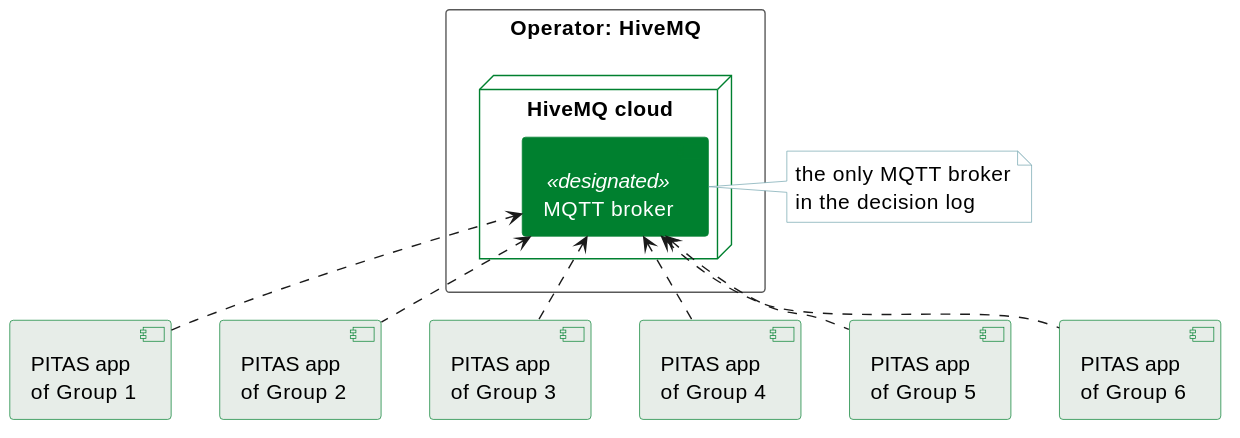
The PlantUML diagram asse/e08-event-based-interaction/img/rules-designated.svg in GiugAles/hyperdecks.github.io, before a commit. The source it was exported from:
```plantuml
@startuml
!include hsg.iuml
show <<designated>> stereotype
component "PITAS app\nof Group 1" as a1
component "PITAS app\nof Group 2" as a2
component "PITAS app\nof Group 3" as a3
component "PITAS app\nof Group 4" as a4
component "PITAS app\nof Group 5" as a5
component "PITAS app\nof Group 6" as a6
rectangle "Operator: HiveMQ" {
  node "HiveMQ cloud" {
    component "MQTT broker" as b <<designated>>
  }
}
a1 .up.> b
a2 .up.> b
a3 .up.> b
a4 .up.> b
a5 .up.> b
a6 .up.> b
note right of b
  the only MQTT broker
  in the decision log
end note
@enduml
```
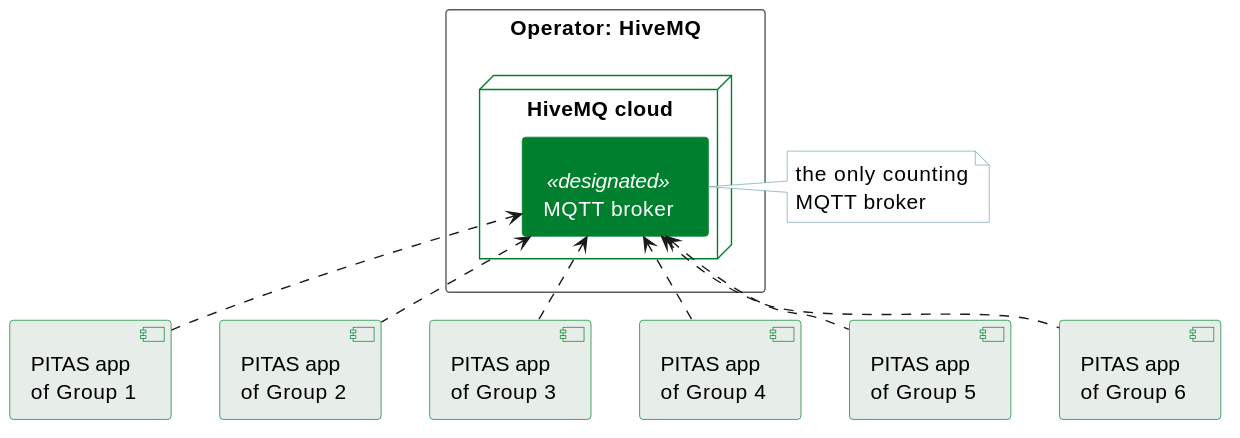
Above is the later version.

Commit message:
fix(asse): a single designated instance is the only counting one

Diff of the diagram source:
```diff
@@ -19,7 +19,7 @@
 a5 .up.> b
 a6 .up.> b
 note right of b
-  the only MQTT broker
-  in the decision log
+  the only counting
+  MQTT broker
 end note
 @enduml
```
